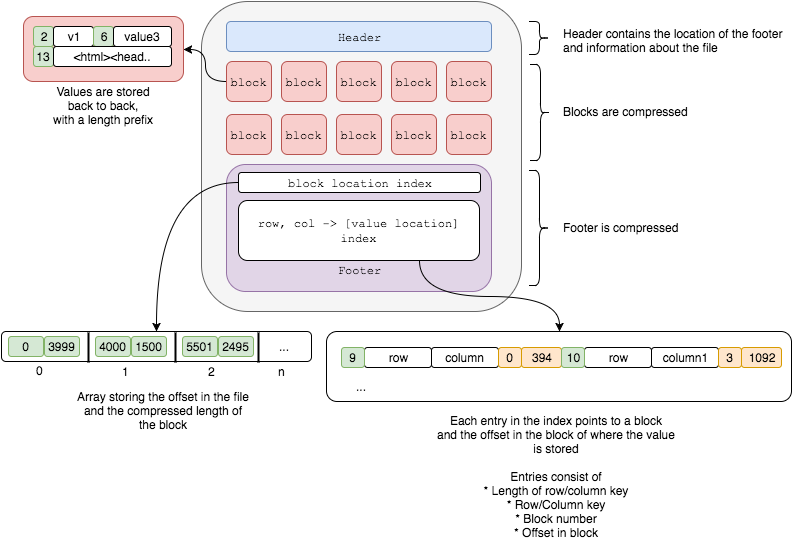
Above: sstable.png in djhworld/bigdan-table (draw.io), before the change. Source tidied: cells renumbered, new cells last; positions are measured from the earlier drawing's top-left corner, leaving out a move shared by most shapes.
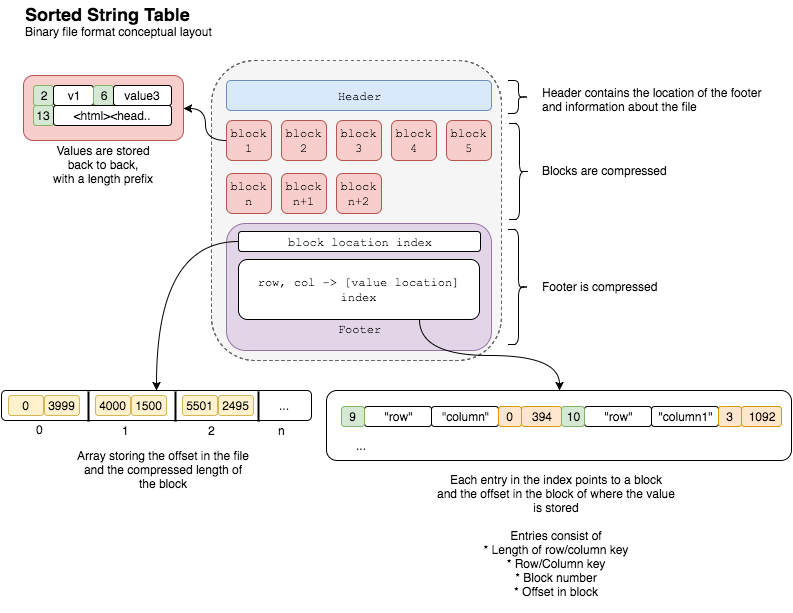
The same file after the commit.

Change to the diagram source:
```diff
@@ -2,8 +2,8 @@
   <root>
     <mxCell id="0" />
     <mxCell id="1" parent="0" />
-    <mxCell id="2" style="rounded=1;whiteSpace=wrap;html=1;align=center;fillColor=#f5f5f5;strokeColor=#666666;" parent="1" vertex="1">
-      <mxGeometry x="200" width="320" height="310" as="geometry" />
+    <mxCell id="2" style="rounded=1;whiteSpace=wrap;html=1;align=center;fillColor=#f5f5f5;strokeColor=#666666;dashed=1;" parent="1" vertex="1">
+      <mxGeometry x="210" width="290" height="300" as="geometry" />
     </mxCell>
     <mxCell id="3" value="&lt;font face=&quot;Courier New&quot;&gt;Header&lt;/font&gt;" style="rounded=1;whiteSpace=wrap;html=1;align=center;fillColor=#dae8fc;strokeColor=#6c8ebf;" parent="1" vertex="1">
       <mxGeometry x="225" y="20" width="265" height="30" as="geometry" />
@@ -11,36 +11,30 @@
     <mxCell id="4" style="edgeStyle=orthogonalEdgeStyle;curved=1;rounded=0;html=1;exitX=0;exitY=0.5;jettySize=auto;" parent="1" edge="1" source="5" target="26">
       <mxGeometry relative="1" as="geometry" />
     </mxCell>
-    <mxCell id="5" value="&lt;font face=&quot;Courier New&quot;&gt;block&lt;/font&gt;" style="rounded=1;whiteSpace=wrap;html=1;align=center;fillColor=#f8cecc;strokeColor=#b85450;" parent="1" vertex="1">
+    <mxCell id="5" value="&lt;font face=&quot;Courier New&quot;&gt;block&lt;/font&gt;&lt;div&gt;&lt;font face=&quot;Courier New&quot;&gt;1&lt;/font&gt;&lt;/div&gt;" style="rounded=1;whiteSpace=wrap;html=1;align=center;fillColor=#f8cecc;strokeColor=#b85450;" parent="1" vertex="1">
       <mxGeometry x="225" y="60" width="45" height="40" as="geometry" />
     </mxCell>
-    <mxCell id="6" value="&lt;font face=&quot;Courier New&quot;&gt;block&lt;/font&gt;" style="rounded=1;whiteSpace=wrap;html=1;align=center;fillColor=#f8cecc;strokeColor=#b85450;" parent="1" vertex="1">
+    <mxCell id="6" value="&lt;font face=&quot;Courier New&quot;&gt;block&lt;/font&gt;&lt;div&gt;&lt;font face=&quot;Courier New&quot;&gt;2&lt;/font&gt;&lt;/div&gt;" style="rounded=1;whiteSpace=wrap;html=1;align=center;fillColor=#f8cecc;strokeColor=#b85450;" parent="1" vertex="1">
       <mxGeometry x="280" y="60" width="45" height="40" as="geometry" />
     </mxCell>
-    <mxCell id="7" value="&lt;span&gt;&lt;font face=&quot;Courier New&quot;&gt;block&lt;/font&gt;&lt;/span&gt;" style="rounded=1;whiteSpace=wrap;html=1;align=center;fillColor=#f8cecc;strokeColor=#b85450;" parent="1" vertex="1">
+    <mxCell id="7" value="&lt;span&gt;&lt;font face=&quot;Courier New&quot;&gt;block&lt;/font&gt;&lt;/span&gt;&lt;div&gt;&lt;span&gt;&lt;font face=&quot;Courier New&quot;&gt;3&lt;/font&gt;&lt;/span&gt;&lt;/div&gt;" style="rounded=1;whiteSpace=wrap;html=1;align=center;fillColor=#f8cecc;strokeColor=#b85450;" parent="1" vertex="1">
       <mxGeometry x="335" y="60" width="45" height="40" as="geometry" />
     </mxCell>
-    <mxCell id="8" value="&lt;span&gt;&lt;font face=&quot;Courier New&quot;&gt;block&lt;/font&gt;&lt;/span&gt;" style="rounded=1;whiteSpace=wrap;html=1;align=center;fillColor=#f8cecc;strokeColor=#b85450;" parent="1" vertex="1">
+    <mxCell id="8" value="&lt;span&gt;&lt;font face=&quot;Courier New&quot;&gt;block&lt;/font&gt;&lt;/span&gt;&lt;div&gt;&lt;span&gt;&lt;font face=&quot;Courier New&quot;&gt;4&lt;/font&gt;&lt;/span&gt;&lt;/div&gt;" style="rounded=1;whiteSpace=wrap;html=1;align=center;fillColor=#f8cecc;strokeColor=#b85450;" parent="1" vertex="1">
       <mxGeometry x="390" y="60" width="45" height="40" as="geometry" />
     </mxCell>
-    <mxCell id="9" value="&lt;span&gt;&lt;font face=&quot;Courier New&quot;&gt;block&lt;/font&gt;&lt;/span&gt;" style="rounded=1;whiteSpace=wrap;html=1;align=center;fillColor=#f8cecc;strokeColor=#b85450;" parent="1" vertex="1">
+    <mxCell id="9" value="&lt;span&gt;&lt;font face=&quot;Courier New&quot;&gt;block&lt;/font&gt;&lt;/span&gt;&lt;div&gt;&lt;span&gt;&lt;font face=&quot;Courier New&quot;&gt;5&lt;/font&gt;&lt;/span&gt;&lt;/div&gt;" style="rounded=1;whiteSpace=wrap;html=1;align=center;fillColor=#f8cecc;strokeColor=#b85450;" parent="1" vertex="1">
       <mxGeometry x="445" y="60" width="45" height="40" as="geometry" />
     </mxCell>
-    <mxCell id="10" value="&lt;span&gt;&lt;font face=&quot;Courier New&quot;&gt;block&lt;/font&gt;&lt;/span&gt;" style="rounded=1;whiteSpace=wrap;html=1;align=center;fillColor=#f8cecc;strokeColor=#b85450;" parent="1" vertex="1">
+    <mxCell id="10" value="&lt;span&gt;&lt;font face=&quot;Courier New&quot;&gt;block&lt;/font&gt;&lt;/span&gt;&lt;div&gt;&lt;span&gt;&lt;font face=&quot;Courier New&quot;&gt;n&lt;/font&gt;&lt;/span&gt;&lt;/div&gt;" style="rounded=1;whiteSpace=wrap;html=1;align=center;fillColor=#f8cecc;strokeColor=#b85450;" parent="1" vertex="1">
       <mxGeometry x="225" y="113" width="45" height="40" as="geometry" />
     </mxCell>
-    <mxCell id="11" value="&lt;span&gt;&lt;font face=&quot;Courier New&quot;&gt;block&lt;/font&gt;&lt;/span&gt;" style="rounded=1;whiteSpace=wrap;html=1;align=center;fillColor=#f8cecc;strokeColor=#b85450;" parent="1" vertex="1">
+    <mxCell id="11" value="&lt;span&gt;&lt;font face=&quot;Courier New&quot;&gt;block&lt;/font&gt;&lt;/span&gt;&lt;div&gt;&lt;span&gt;&lt;font face=&quot;Courier New&quot;&gt;n+1&lt;/font&gt;&lt;/span&gt;&lt;/div&gt;" style="rounded=1;whiteSpace=wrap;html=1;align=center;fillColor=#f8cecc;strokeColor=#b85450;" parent="1" vertex="1">
       <mxGeometry x="280" y="113" width="45" height="40" as="geometry" />
     </mxCell>
-    <mxCell id="12" value="&lt;span&gt;&lt;font face=&quot;Courier New&quot;&gt;block&lt;/font&gt;&lt;/span&gt;" style="rounded=1;whiteSpace=wrap;html=1;align=center;fillColor=#f8cecc;strokeColor=#b85450;" parent="1" vertex="1">
+    <mxCell id="12" value="&lt;span&gt;&lt;font face=&quot;Courier New&quot;&gt;block&lt;/font&gt;&lt;/span&gt;&lt;div&gt;&lt;span&gt;&lt;font face=&quot;Courier New&quot;&gt;n+2&lt;/font&gt;&lt;/span&gt;&lt;/div&gt;" style="rounded=1;whiteSpace=wrap;html=1;align=center;fillColor=#f8cecc;strokeColor=#b85450;" parent="1" vertex="1">
       <mxGeometry x="335" y="113" width="45" height="40" as="geometry" />
     </mxCell>
-    <mxCell id="13" value="&lt;span&gt;&lt;font face=&quot;Courier New&quot;&gt;block&lt;/font&gt;&lt;/span&gt;" style="rounded=1;whiteSpace=wrap;html=1;align=center;fillColor=#f8cecc;strokeColor=#b85450;" parent="1" vertex="1">
-      <mxGeometry x="390" y="113" width="45" height="40" as="geometry" />
-    </mxCell>
-    <mxCell id="14" value="&lt;span&gt;&lt;font face=&quot;Courier New&quot;&gt;block&lt;/font&gt;&lt;/span&gt;" style="rounded=1;whiteSpace=wrap;html=1;align=center;fillColor=#f8cecc;strokeColor=#b85450;" parent="1" vertex="1">
-      <mxGeometry x="445" y="113" width="45" height="40" as="geometry" />
-    </mxCell>
     <mxCell id="15" value="&lt;div&gt;&lt;br&gt;&lt;/div&gt;&lt;div&gt;&lt;br&gt;&lt;/div&gt;&lt;div&gt;&lt;br&gt;&lt;/div&gt;&lt;div&gt;&lt;br&gt;&lt;/div&gt;&lt;div&gt;&lt;br&gt;&lt;/div&gt;&lt;div&gt;&lt;br&gt;&lt;/div&gt;&lt;div&gt;&lt;font face=&quot;Courier New&quot;&gt;Footer&lt;/font&gt;&lt;/div&gt;" style="rounded=1;whiteSpace=wrap;html=1;align=center;fillColor=#e1d5e7;strokeColor=#9673a6;" parent="1" vertex="1">
       <mxGeometry x="225" y="163" width="265" height="127" as="geometry" />
     </mxCell>
@@ -53,26 +47,26 @@
     <mxCell id="18" style="edgeStyle=orthogonalEdgeStyle;curved=1;rounded=0;html=1;exitX=0.75;exitY=1;entryX=0.5;entryY=0;jettySize=auto;" parent="1" edge="1" source="19" target="50">
       <mxGeometry relative="1" as="geometry" />
     </mxCell>
-    <mxCell id="19" value="&lt;font face=&quot;Courier New&quot;&gt;row, col -&amp;gt; [value location] index&lt;/font&gt;" style="rounded=1;whiteSpace=wrap;html=1;align=center;" parent="1" vertex="1">
+    <mxCell id="19" value="&lt;font face=&quot;Courier New&quot;&gt;row, col -&amp;gt; [value location] index&lt;/font&gt;" style="rounded=1;whiteSpace=wrap;html=1;align=center;fillColor=#ffffff;strokeColor=#000000;" parent="1" vertex="1">
       <mxGeometry x="237" y="199" width="241" height="60" as="geometry" />
     </mxCell>
     <mxCell id="20" style="shape=curlyBracket;whiteSpace=wrap;html=1;rounded=1;align=center;rotation=180;" parent="1" vertex="1">
-      <mxGeometry x="528" y="20" width="20" height="33" as="geometry" />
+      <mxGeometry x="507" y="20" width="20" height="33" as="geometry" />
     </mxCell>
     <mxCell id="21" value="Header contains the location of the footer&lt;div&gt;and information about the file&lt;/div&gt;" style="text;html=1;align=left;verticalAlign=top;spacingTop=-4;" parent="1" vertex="1">
-      <mxGeometry x="560" y="23" width="230" height="30" as="geometry" />
+      <mxGeometry x="539" y="23" width="230" height="30" as="geometry" />
     </mxCell>
     <mxCell id="22" style="shape=curlyBracket;whiteSpace=wrap;html=1;rounded=1;align=center;rotation=180;" parent="1" vertex="1">
-      <mxGeometry x="529" y="63" width="20" height="96" as="geometry" />
+      <mxGeometry x="508" y="63" width="20" height="96" as="geometry" />
     </mxCell>
     <mxCell id="23" value="Blocks are compressed" style="text;html=1;align=left;verticalAlign=top;spacingTop=-4;" parent="1" vertex="1">
-      <mxGeometry x="560" y="101" width="140" height="20" as="geometry" />
+      <mxGeometry x="539" y="101" width="140" height="20" as="geometry" />
     </mxCell>
     <mxCell id="24" style="shape=curlyBracket;whiteSpace=wrap;html=1;rounded=1;align=center;rotation=180;" parent="1" vertex="1">
-      <mxGeometry x="528" y="169" width="20" height="115" as="geometry" />
+      <mxGeometry x="507" y="169" width="20" height="115" as="geometry" />
     </mxCell>
     <mxCell id="25" value="Footer is compressed" style="text;html=1;align=left;verticalAlign=top;spacingTop=-4;" parent="1" vertex="1">
-      <mxGeometry x="560" y="217" width="130" height="20" as="geometry" />
+      <mxGeometry x="539" y="217" width="130" height="20" as="geometry" />
     </mxCell>
     <mxCell id="26" style="rounded=1;whiteSpace=wrap;html=1;align=center;fillColor=#f8cecc;strokeColor=#b85450;" parent="1" vertex="1">
       <mxGeometry x="22" y="15" width="160" height="65" as="geometry" />
@@ -101,25 +95,25 @@
     <mxCell id="34" style="rounded=1;whiteSpace=wrap;html=1;align=center;" parent="1" vertex="1">
       <mxGeometry y="330" width="310" height="30" as="geometry" />
     </mxCell>
-    <mxCell id="35" value="3999" style="rounded=1;whiteSpace=wrap;html=1;align=center;fillColor=#d5e8d4;strokeColor=#82b366;" parent="1" vertex="1">
+    <mxCell id="35" value="3999" style="rounded=1;whiteSpace=wrap;html=1;align=center;fillColor=#fff2cc;strokeColor=#d6b656;" parent="1" vertex="1">
       <mxGeometry x="43" y="335" width="35" height="20" as="geometry" />
     </mxCell>
-    <mxCell id="36" value="0" style="rounded=1;whiteSpace=wrap;html=1;align=center;fillColor=#d5e8d4;strokeColor=#82b366;" parent="1" vertex="1">
+    <mxCell id="36" value="0" style="rounded=1;whiteSpace=wrap;html=1;align=center;fillColor=#fff2cc;strokeColor=#d6b656;" parent="1" vertex="1">
       <mxGeometry x="7" y="335" width="35" height="20" as="geometry" />
     </mxCell>
-    <mxCell id="37" value="1500" style="rounded=1;whiteSpace=wrap;html=1;align=center;fillColor=#d5e8d4;strokeColor=#82b366;" parent="1" vertex="1">
+    <mxCell id="37" value="1500" style="rounded=1;whiteSpace=wrap;html=1;align=center;fillColor=#fff2cc;strokeColor=#d6b656;" parent="1" vertex="1">
       <mxGeometry x="130" y="335" width="35" height="20" as="geometry" />
     </mxCell>
-    <mxCell id="38" value="4000" style="rounded=1;whiteSpace=wrap;html=1;align=center;fillColor=#d5e8d4;strokeColor=#82b366;" parent="1" vertex="1">
+    <mxCell id="38" value="4000" style="rounded=1;whiteSpace=wrap;html=1;align=center;fillColor=#fff2cc;strokeColor=#d6b656;" parent="1" vertex="1">
       <mxGeometry x="94" y="335" width="35" height="20" as="geometry" />
     </mxCell>
     <mxCell id="39" style="line;strokeWidth=2;direction=south;html=1;align=center;" parent="1" vertex="1">
       <mxGeometry x="82" y="331" width="10" height="30" as="geometry" />
     </mxCell>
-    <mxCell id="40" value="2495" style="rounded=1;whiteSpace=wrap;html=1;align=center;fillColor=#d5e8d4;strokeColor=#82b366;" parent="1" vertex="1">
+    <mxCell id="40" value="2495" style="rounded=1;whiteSpace=wrap;html=1;align=center;fillColor=#fff2cc;strokeColor=#d6b656;" parent="1" vertex="1">
       <mxGeometry x="217" y="335" width="35" height="20" as="geometry" />
     </mxCell>
-    <mxCell id="41" value="5501" style="rounded=1;whiteSpace=wrap;html=1;align=center;fillColor=#d5e8d4;strokeColor=#82b366;" parent="1" vertex="1">
+    <mxCell id="41" value="5501" style="rounded=1;whiteSpace=wrap;html=1;align=center;fillColor=#fff2cc;strokeColor=#d6b656;" parent="1" vertex="1">
       <mxGeometry x="181" y="335" width="35" height="20" as="geometry" />
     </mxCell>
     <mxCell id="42" style="line;strokeWidth=2;direction=south;html=1;align=center;" parent="1" vertex="1">
@@ -149,7 +143,7 @@
     <mxCell id="50" style="rounded=1;whiteSpace=wrap;html=1;align=center;" parent="1" vertex="1">
       <mxGeometry x="325" y="330" width="465" height="70" as="geometry" />
     </mxCell>
-    <mxCell id="51" value="column" style="rounded=1;whiteSpace=wrap;html=1;align=center;" parent="1" vertex="1">
+    <mxCell id="51" value="&quot;column&quot;" style="rounded=1;whiteSpace=wrap;html=1;align=center;" parent="1" vertex="1">
       <mxGeometry x="430" y="346" width="67" height="20" as="geometry" />
     </mxCell>
     <mxCell id="52" value="0" style="rounded=1;whiteSpace=wrap;html=1;align=center;fillColor=#ffe6cc;strokeColor=#d79b00;" parent="1" vertex="1">
@@ -158,13 +152,13 @@
     <mxCell id="53" value="394" style="rounded=1;whiteSpace=wrap;html=1;align=center;fillColor=#ffe6cc;strokeColor=#d79b00;" parent="1" vertex="1">
       <mxGeometry x="520" y="346" width="40" height="20" as="geometry" />
     </mxCell>
-    <mxCell id="54" value="row" style="rounded=1;whiteSpace=wrap;html=1;align=center;" parent="1" vertex="1">
+    <mxCell id="54" value="&quot;row&quot;" style="rounded=1;whiteSpace=wrap;html=1;align=center;" parent="1" vertex="1">
       <mxGeometry x="363" y="346" width="67" height="20" as="geometry" />
     </mxCell>
     <mxCell id="55" value="9" style="rounded=1;whiteSpace=wrap;html=1;align=center;fillColor=#d5e8d4;strokeColor=#82b366;" parent="1" vertex="1">
       <mxGeometry x="340" y="346" width="23" height="20" as="geometry" />
     </mxCell>
-    <mxCell id="56" value="column1" style="rounded=1;whiteSpace=wrap;html=1;align=center;" parent="1" vertex="1">
+    <mxCell id="56" value="&quot;column1&quot;" style="rounded=1;whiteSpace=wrap;html=1;align=center;" parent="1" vertex="1">
       <mxGeometry x="650" y="346" width="67" height="20" as="geometry" />
     </mxCell>
     <mxCell id="57" value="3" style="rounded=1;whiteSpace=wrap;html=1;align=center;fillColor=#ffe6cc;strokeColor=#d79b00;" parent="1" vertex="1">
@@ -173,7 +167,7 @@
     <mxCell id="58" value="1092" style="rounded=1;whiteSpace=wrap;html=1;align=center;fillColor=#ffe6cc;strokeColor=#d79b00;" parent="1" vertex="1">
       <mxGeometry x="740" y="346" width="40" height="20" as="geometry" />
     </mxCell>
-    <mxCell id="59" value="row" style="rounded=1;whiteSpace=wrap;html=1;align=center;" parent="1" vertex="1">
+    <mxCell id="59" value="&quot;row&quot;" style="rounded=1;whiteSpace=wrap;html=1;align=center;" parent="1" vertex="1">
       <mxGeometry x="583" y="346" width="67" height="20" as="geometry" />
     </mxCell>
     <mxCell id="60" value="10" style="rounded=1;whiteSpace=wrap;html=1;align=center;fillColor=#d5e8d4;strokeColor=#82b366;" parent="1" vertex="1">
@@ -185,5 +179,8 @@
     <mxCell id="62" value="Each entry in the index points to a block&lt;div&gt;and the offset in the block of where the value&lt;/div&gt;&lt;div&gt;is stored&lt;/div&gt;&lt;div&gt;&lt;br&gt;&lt;/div&gt;&lt;div&gt;Entries consist of&lt;/div&gt;&lt;div&gt;* Length of row/column key&lt;/div&gt;&lt;div&gt;* Row/Column key&lt;/div&gt;&lt;div&gt;* Block number&lt;/div&gt;&lt;div&gt;* Offset in block&lt;/div&gt;&lt;div&gt;&lt;br&gt;&lt;/div&gt;" style="text;html=1;align=center;verticalAlign=top;spacingTop=-4;" parent="1" vertex="1">
       <mxGeometry x="430" y="410" width="250" height="140" as="geometry" />
     </mxCell>
+    <mxCell id="63" value="&lt;font style=&quot;font-size: 18px&quot;&gt;&lt;b&gt;Sorted String Table&amp;nbsp;&lt;/b&gt;&lt;/font&gt;&lt;div&gt;Binary file format conceptual layout&lt;/div&gt;" style="text;html=1;align=left;verticalAlign=top;spacingTop=-4;" parent="1" vertex="1">
+      <mxGeometry x="22" y="-59" width="200" height="30" as="geometry" />
+    </mxCell>
   </root>
 </mxGraphModel>
```
